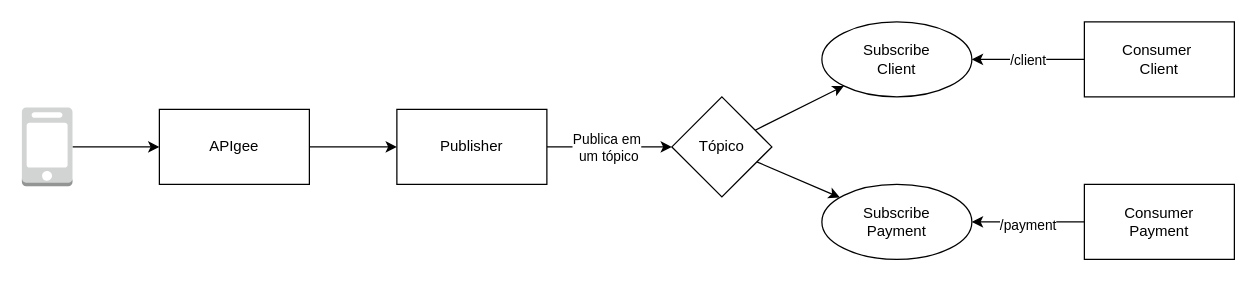
This is Desenhos/Desenho EventBus.drawio from silasferreiracarneiro/SamplePubSub, a draw.io file, before an edit. Source tidied: cells renumbered, new cells numbered last; positions are measured from the earlier drawing's top-left corner, leaving out a move shared by most shapes. Both pictures are drawn from the tidied source at 125%, with x=0, y=0 at pixel (21, 21).
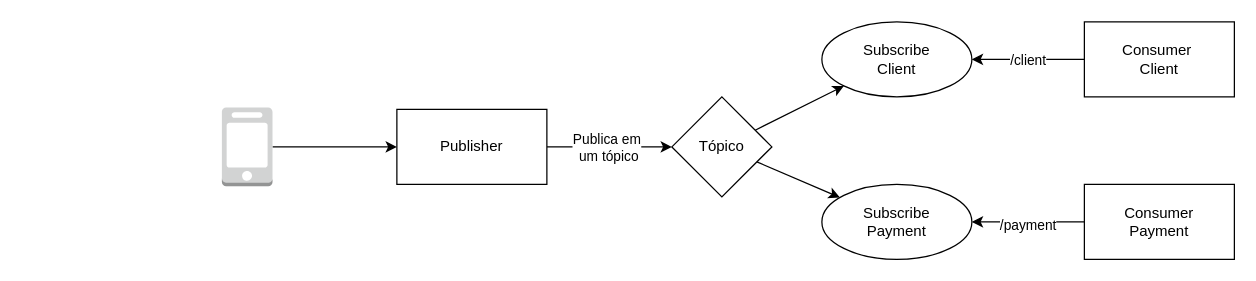
The same page after the edit.

Unchanged cells that the change refers to:
```xml
<mxCell id="4" value="Publisher" style="rounded=0;whiteSpace=wrap;html=1;" parent="1" vertex="1">
  <mxGeometry x="300" y="70" width="120" height="60" as="geometry" />
</mxCell>
```

What changed in the source:
```diff
@@
-    <mxCell id="8" style="edgeStyle=orthogonalEdgeStyle;rounded=0;jettySize=auto;html=1;entryX=0;entryY=0.5;entryDx=0;entryDy=0;" parent="1" edge="1" source="9" target="4">
+    <mxCell id="8" style="edgeStyle=orthogonalEdgeStyle;rounded=0;jettySize=auto;html=1;entryX=0;entryY=0.5;entryDx=0;entryDy=0;exitX=1;exitY=0.5;exitDx=0;exitDy=0;exitPerimeter=0;" parent="1" edge="1" source="11" target="4">
       <mxGeometry relative="1" as="geometry" />
     </mxCell>
-    <mxCell id="9" value="APIgee" style="rounded=0;whiteSpace=wrap;html=1;strokeColor=default;" parent="1" vertex="1">
-      <mxGeometry x="110" y="70" width="120" height="60" as="geometry" />
-    </mxCell>
-    <mxCell id="10" style="edgeStyle=orthogonalEdgeStyle;rounded=0;jettySize=auto;html=1;entryX=0;entryY=0.5;entryDx=0;entryDy=0;" parent="1" edge="1" source="11" target="9">
-      <mxGeometry relative="1" as="geometry" />
-    </mxCell>
     <mxCell id="11" style="outlineConnect=0;dashed=0;verticalLabelPosition=bottom;verticalAlign=top;align=center;html=1;shape=mxgraph.aws3.mobile_client;fillColor=#D2D3D3;gradientColor=none;strokeColor=default;" parent="1" vertex="1">
-      <mxGeometry y="68.5" width="40.5" height="63" as="geometry" />
+      <mxGeometry x="160" y="68.5" width="40.5" height="63" as="geometry" />
     </mxCell>
```
